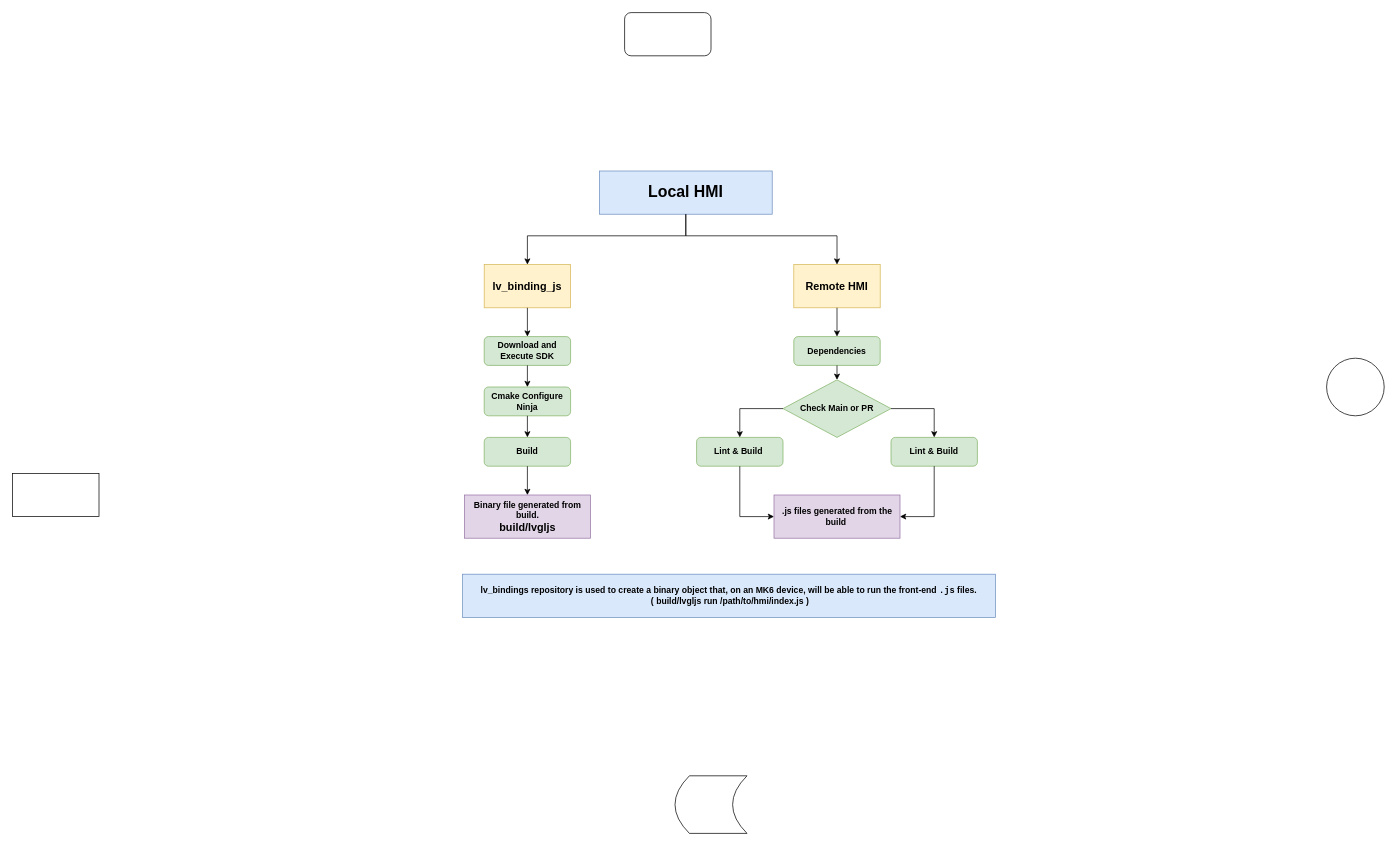
This is page "Page-4" (4 of 5) of Untitled Diagram.drawio from sreelakshmilingamgunta/Azure-Devops, a draw.io file, before an edit. Source tidied: cells renumbered, new cells numbered last; positions are measured from the earlier drawing's top-left corner, leaving out a move shared by most shapes. Both pictures are drawn from the tidied source at 72%, with x=0, y=0 at pixel (12, 12).
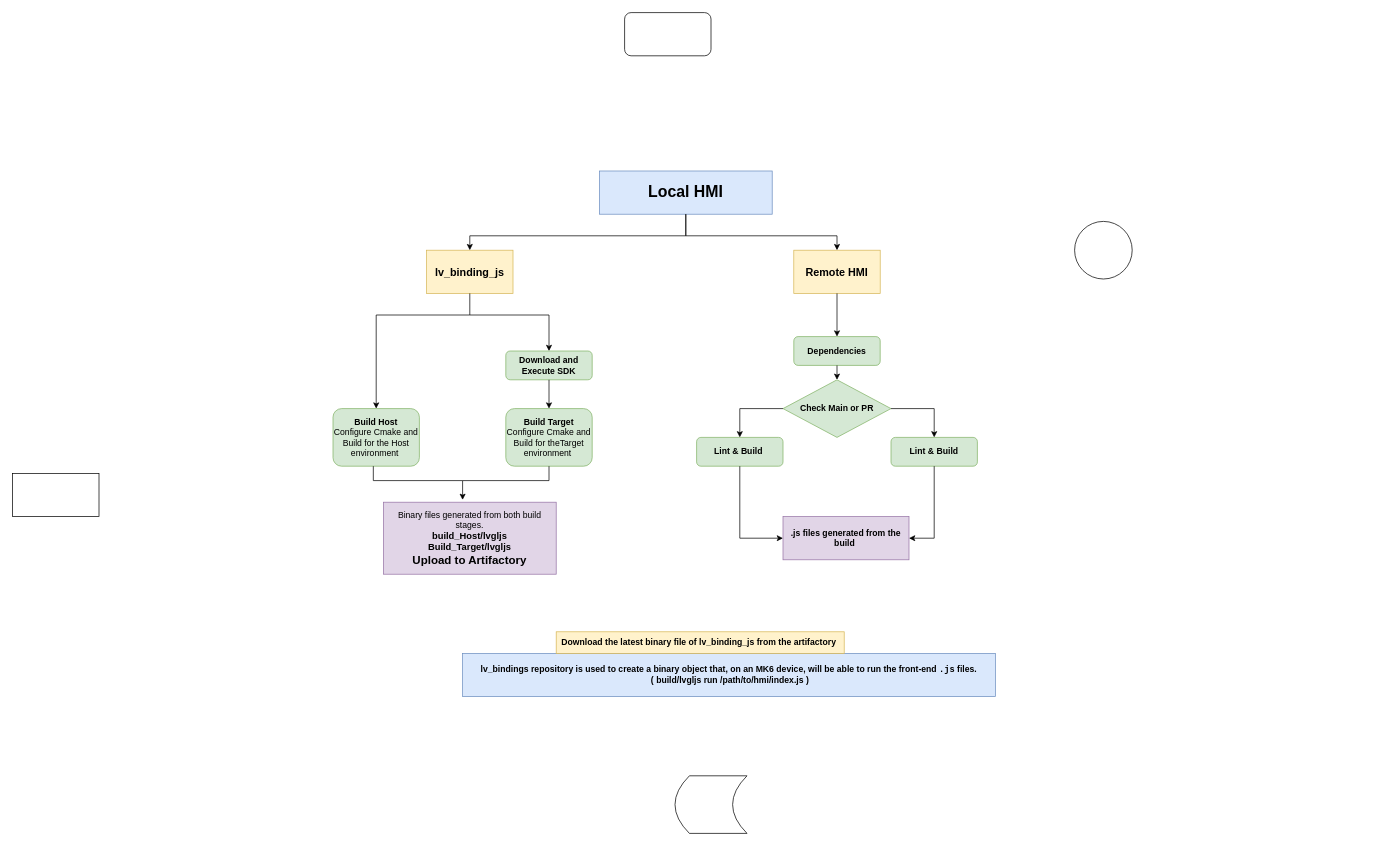
The same page after the edit.

The change refers to these unchanged cells:
```xml
<mxCell id="2" value="Local HMI" style="rounded=0;whiteSpace=wrap;html=1;fillColor=#dae8fc;strokeColor=#6c8ebf;fontStyle=1;spacing=3;fontSize=22;" parent="1" vertex="1">
  <mxGeometry x="815" y="220" width="240" height="60" as="geometry" />
</mxCell>
<mxCell id="11" value="Lint &amp;amp; Build&amp;nbsp;" style="rounded=1;whiteSpace=wrap;html=1;fillColor=#d5e8d4;strokeColor=#82b366;fontStyle=1;" parent="1" vertex="1">
  <mxGeometry x="950" y="590" width="120" height="40" as="geometry" />
</mxCell>
<mxCell id="12" value="Lint &amp;amp; Build" style="rounded=1;whiteSpace=wrap;html=1;fillColor=#d5e8d4;strokeColor=#82b366;fontStyle=1;" parent="1" vertex="1">
  <mxGeometry x="1220" y="590" width="120" height="40" as="geometry" />
</mxCell>
```

The edit, as a diff of the source:
```diff
@@
     <mxCell id="3" value="lv_binding_js" style="rounded=0;whiteSpace=wrap;html=1;fillColor=#fff2cc;strokeColor=#d6b656;fontStyle=1;fontSize=15;" parent="1" vertex="1">
-      <mxGeometry x="655" y="350" width="120" height="60" as="geometry" />
+      <mxGeometry x="575" y="330" width="120" height="60" as="geometry" />
     </mxCell>
     <mxCell id="4" value="Remote HMI" style="rounded=0;whiteSpace=wrap;html=1;fillColor=#fff2cc;strokeColor=#d6b656;fontSize=15;fontStyle=1;" parent="1" vertex="1">
-      <mxGeometry x="1085" y="350" width="120" height="60" as="geometry" />
+      <mxGeometry x="1085" y="330" width="120" height="60" as="geometry" />
     </mxCell>
     <mxCell id="5" value="Download and Execute SDK" style="rounded=1;whiteSpace=wrap;html=1;fillColor=#d5e8d4;strokeColor=#82b366;fontStyle=1;" parent="1" vertex="1">
-      <mxGeometry x="655" y="450" width="120" height="40" as="geometry" />
+      <mxGeometry x="685" y="470" width="120" height="40" as="geometry" />
     </mxCell>
-    <mxCell id="6" value="Cmake Configure Ninja" style="rounded=1;whiteSpace=wrap;html=1;fillColor=#d5e8d4;strokeColor=#82b366;fontStyle=1;" parent="1" vertex="1">
-      <mxGeometry x="655" y="520" width="120" height="40" as="geometry" />
-    </mxCell>
-    <mxCell id="7" value="Build" style="rounded=1;whiteSpace=wrap;html=1;fillColor=#d5e8d4;strokeColor=#82b366;fontStyle=1;" parent="1" vertex="1">
-      <mxGeometry x="655" y="590" width="120" height="40" as="geometry" />
+    <mxCell id="7" value="Build Host&lt;br&gt;&lt;span style=&quot;font-weight: normal;&quot;&gt;Configure Cmake and Build for the Host environment&lt;/span&gt;&amp;nbsp;" style="rounded=1;whiteSpace=wrap;html=1;fillColor=#d5e8d4;strokeColor=#82b366;fontStyle=1;" parent="1" vertex="1">
+      <mxGeometry x="445" y="550" width="120" height="80" as="geometry" />
     </mxCell>
-    <mxCell id="8" value="Binary file generated from build.&lt;br&gt;&lt;span style=&quot;background-color: initial;&quot;&gt;&lt;span&gt;&lt;font style=&quot;font-size: 15px;&quot;&gt;build/lvgljs&lt;/font&gt;&lt;/span&gt;&lt;/span&gt;" style="rounded=0;whiteSpace=wrap;html=1;fillColor=#e1d5e7;strokeColor=#9673a6;fontStyle=1;" parent="1" vertex="1">
-      <mxGeometry x="627.5" y="670" width="175" height="60" as="geometry" />
+    <mxCell id="8" value="&lt;span style=&quot;font-weight: normal;&quot;&gt;Binary files generated from both build stages.&lt;/span&gt;&lt;br&gt;&lt;span style=&quot;background-color: initial; font-size: 13px;&quot;&gt;&lt;font style=&quot;font-size: 13px;&quot;&gt;&lt;span style=&quot;&quot;&gt;build_Host/lvgljs&lt;/span&gt;&lt;br&gt;&lt;span style=&quot;&quot;&gt;Build_Target/lvgljs&lt;/span&gt;&lt;br&gt;&lt;font style=&quot;font-size: 16px;&quot;&gt;Upload to Artifactory&lt;/font&gt;&lt;/font&gt;&lt;/span&gt;" style="rounded=0;whiteSpace=wrap;html=1;fillColor=#e1d5e7;strokeColor=#9673a6;fontStyle=1;" parent="1" vertex="1">
+      <mxGeometry x="515" y="680" width="240" height="100" as="geometry" />
     </mxCell>
@@
     <mxCell id="13" value="&lt;b&gt;.js&lt;/b&gt; &lt;b&gt;files generated from the build&amp;nbsp;&lt;/b&gt;" style="rounded=0;whiteSpace=wrap;html=1;fillColor=#e1d5e7;strokeColor=#9673a6;" parent="1" vertex="1">
-      <mxGeometry x="1057.5" y="670" width="175" height="60" as="geometry" />
+      <mxGeometry x="1070" y="700" width="175" height="60" as="geometry" />
     </mxCell>
     <mxCell id="14" value="&lt;b&gt;lv_bindings repository is used to create a binary object that, on an MK6 device, will be able to run the front-end &lt;code&gt;.js&lt;/code&gt; files.&lt;br&gt;&amp;nbsp;(&amp;nbsp;&lt;span style=&quot;background-color: initial;&quot;&gt;build/lvgljs run /path/to/hmi/index.js&amp;nbsp;&lt;/span&gt;&lt;span style=&quot;background-color: initial;&quot;&gt;)&lt;/span&gt;&lt;/b&gt;" style="rounded=0;whiteSpace=wrap;html=1;fillColor=#dae8fc;strokeColor=#6c8ebf;" parent="1" vertex="1">
-      <mxGeometry x="625" y="780" width="740" height="60" as="geometry" />
+      <mxGeometry x="625" y="890" width="740" height="60" as="geometry" />
     </mxCell>
     <mxCell id="15" style="endArrow=classic;html=1;rounded=0;exitX=0.5;exitY=1;exitDx=0;exitDy=0;entryX=0.5;entryY=0;entryDx=0;entryDy=0;" parent="1" edge="1" source="2" target="3">
       <mxGeometry relative="1" as="geometry">
         <Array as="points">
           <mxPoint x="935" y="310" />
-          <mxPoint x="715" y="310" />
+          <mxPoint x="635" y="310" />
         </Array>
       </mxGeometry>
     </mxCell>
@@
     <mxCell id="17" style="endArrow=classic;html=1;rounded=0;exitX=0.5;exitY=1;exitDx=0;exitDy=0;entryX=0.5;entryY=0;entryDx=0;entryDy=0;" parent="1" edge="1" source="3" target="5">
-      <mxGeometry relative="1" as="geometry" />
+      <mxGeometry relative="1" as="geometry">
+        <Array as="points">
+          <mxPoint x="635" y="420" />
+          <mxPoint x="745" y="420" />
+        </Array>
+      </mxGeometry>
     </mxCell>
-    <mxCell id="18" style="endArrow=classic;html=1;rounded=0;exitX=0.5;exitY=1;exitDx=0;exitDy=0;entryX=0.5;entryY=0;entryDx=0;entryDy=0;" parent="1" edge="1" source="5" target="6">
-      <mxGeometry relative="1" as="geometry" />
+    <mxCell id="18" style="endArrow=classic;html=1;rounded=0;exitX=0.5;exitY=1;exitDx=0;exitDy=0;entryX=0.5;entryY=0;entryDx=0;entryDy=0;" parent="1" edge="1" source="5">
+      <mxGeometry relative="1" as="geometry">
+        <mxPoint x="745" y="550" as="targetPoint" />
+      </mxGeometry>
     </mxCell>
-    <mxCell id="19" style="endArrow=classic;html=1;rounded=0;exitX=0.5;exitY=1;exitDx=0;exitDy=0;entryX=0.5;entryY=0;entryDx=0;entryDy=0;" parent="1" edge="1" source="6" target="7">
-      <mxGeometry relative="1" as="geometry" />
-    </mxCell>
-    <mxCell id="20" style="endArrow=classic;html=1;rounded=0;exitX=0.5;exitY=1;exitDx=0;exitDy=0;entryX=0.5;entryY=0;entryDx=0;entryDy=0;" parent="1" edge="1" source="7" target="8">
-      <mxGeometry relative="1" as="geometry" />
-    </mxCell>
@@
     <mxCell id="25" style="endArrow=classic;html=1;rounded=0;exitX=0.5;exitY=1;exitDx=0;exitDy=0;entryX=0;entryY=0.5;entryDx=0;entryDy=0;" parent="1" edge="1" source="11" target="13">
       <mxGeometry relative="1" as="geometry">
         <Array as="points">
-          <mxPoint x="1010" y="700" />
+          <mxPoint x="1010" y="730" />
         </Array>
       </mxGeometry>
     </mxCell>
     <mxCell id="26" style="endArrow=classic;html=1;rounded=0;exitX=0.5;exitY=1;exitDx=0;exitDy=0;entryX=1;entryY=0.5;entryDx=0;entryDy=0;" parent="1" edge="1" source="12" target="13">
       <mxGeometry relative="1" as="geometry">
         <Array as="points">
-          <mxPoint x="1280" y="700" />
+          <mxPoint x="1280" y="730" />
         </Array>
       </mxGeometry>
     </mxCell>
@@
     <mxCell id="28" style="ellipse;whiteSpace=wrap;html=1;" parent="1" vertex="1">
-      <mxGeometry x="1825" y="480" width="80" height="80" as="geometry" />
+      <mxGeometry x="1475" y="290" width="80" height="80" as="geometry" />
     </mxCell>
@@
+    <mxCell id="31" value="&lt;b&gt;Download the latest binary file of lv_binding_js from the artifactory&amp;nbsp;&lt;/b&gt;" style="rounded=0;whiteSpace=wrap;html=1;fillColor=#fff2cc;strokeColor=#d6b656;" parent="1" vertex="1">
+      <mxGeometry x="755" y="860" width="400" height="30" as="geometry" />
+    </mxCell>
+    <mxCell id="32" style="endArrow=classic;html=1;rounded=0;entryX=0.5;entryY=0;entryDx=0;entryDy=0;" parent="1" edge="1" target="7">
+      <mxGeometry relative="1" as="geometry">
+        <mxPoint x="635" y="420" as="sourcePoint" />
+        <Array as="points">
+          <mxPoint x="505" y="420" />
+        </Array>
+      </mxGeometry>
+    </mxCell>
+    <mxCell id="33" value="Build Target&lt;br&gt;&lt;span style=&quot;font-weight: normal;&quot;&gt;Configure Cmake and Build for theTarget environment&amp;nbsp;&lt;/span&gt;" style="rounded=1;whiteSpace=wrap;html=1;fillColor=#d5e8d4;strokeColor=#82b366;fontStyle=1;" parent="1" vertex="1">
+      <mxGeometry x="685" y="550" width="120" height="80" as="geometry" />
+    </mxCell>
+    <mxCell id="34" style="endArrow=classic;html=1;rounded=0;exitX=0.5;exitY=1;exitDx=0;exitDy=0;entryX=0.475;entryY=-0.046;entryDx=0;entryDy=0;entryPerimeter=0;" parent="1" edge="1">
+      <mxGeometry relative="1" as="geometry">
+        <mxPoint x="501" y="630" as="sourcePoint" />
+        <mxPoint x="625" y="676.8" as="targetPoint" />
+        <Array as="points">
+          <mxPoint x="501" y="650" />
+          <mxPoint x="625" y="650" />
+        </Array>
+      </mxGeometry>
+    </mxCell>
+    <mxCell id="35" style="endArrow=none;html=1;rounded=0;exitX=0.5;exitY=1;exitDx=0;exitDy=0;" parent="1" edge="1" source="33">
+      <mxGeometry relative="1" as="geometry">
+        <mxPoint x="625" y="650" as="targetPoint" />
+        <Array as="points">
+          <mxPoint x="745" y="650" />
+        </Array>
+      </mxGeometry>
+    </mxCell>
```
